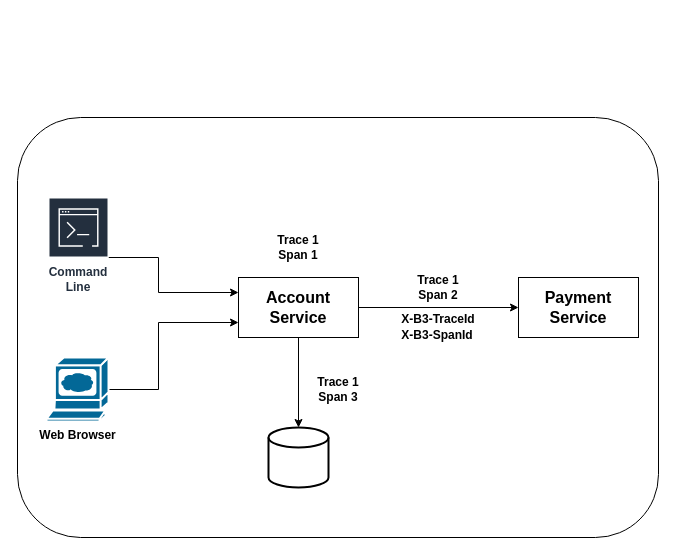
The draw.io diagram docs/img/example_configuration.drawio in cch0/opinionated-spring-boot-solution, before the edit. Source tidied: cells renumbered, new cells numbered last; positions are measured from the earlier drawing's top-left corner, leaving out a move shared by most shapes. Both pictures are drawn from the tidied source at 100%, with x=0, y=0 at pixel (17, 117).
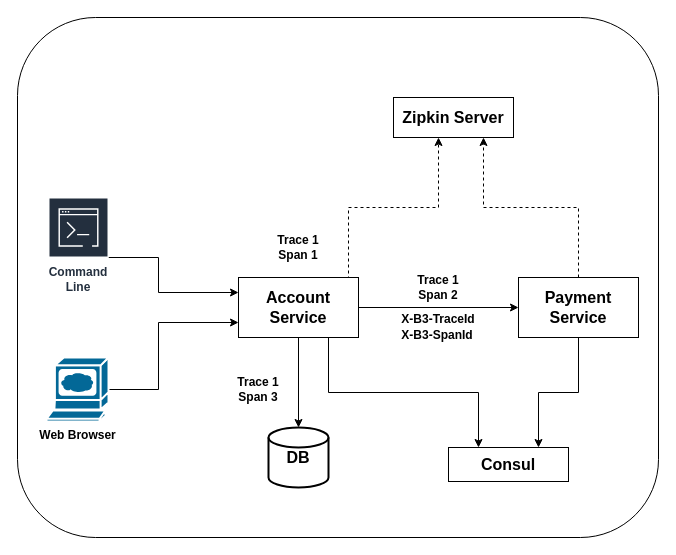
Above is the later version.

Unchanged cells that the change refers to:
```xml
<mxCell id="5" value="&lt;b&gt;&lt;font style=&quot;font-size: 16px&quot;&gt;Account Service&lt;/font&gt;&lt;/b&gt;" style="rounded=0;whiteSpace=wrap;html=1;" parent="1" vertex="1">
  <mxGeometry x="221" y="160" width="120" height="60" as="geometry" />
</mxCell>
<mxCell id="6" value="&lt;b&gt;&lt;font style=&quot;font-size: 16px&quot;&gt;Payment Service&lt;/font&gt;&lt;/b&gt;" style="rounded=0;whiteSpace=wrap;html=1;" parent="1" vertex="1">
  <mxGeometry x="501" y="160" width="120" height="60" as="geometry" />
</mxCell>
```

What changed in the source:
```diff
@@
     <mxCell id="2" style="rounded=1;whiteSpace=wrap;html=1;" parent="1" vertex="1">
-      <mxGeometry width="641" height="420" as="geometry" />
+      <mxGeometry y="-100" width="641" height="520" as="geometry" />
     </mxCell>
@@
+    <mxCell id="16" style="edgeStyle=orthogonalEdgeStyle;rounded=0;jettySize=auto;html=1;exitX=0.5;exitY=0;exitDx=0;exitDy=0;entryX=0.375;entryY=1;entryDx=0;entryDy=0;dashed=1;entryPerimeter=0;" parent="1" edge="1" source="5" target="20">
+      <mxGeometry relative="1" as="geometry">
+        <Array as="points">
+          <mxPoint x="331" y="160" />
+          <mxPoint x="331" y="90" />
+          <mxPoint x="421" y="90" />
+        </Array>
+      </mxGeometry>
+    </mxCell>
+    <mxCell id="17" style="edgeStyle=orthogonalEdgeStyle;rounded=0;jettySize=auto;html=1;exitX=0.75;exitY=1;exitDx=0;exitDy=0;entryX=0.25;entryY=0;entryDx=0;entryDy=0;" parent="1" edge="1" source="5" target="21">
+      <mxGeometry relative="1" as="geometry">
+        <Array as="points">
+          <mxPoint x="311" y="275" />
+          <mxPoint x="461" y="275" />
+        </Array>
+      </mxGeometry>
+    </mxCell>
@@
+    <mxCell id="18" style="edgeStyle=orthogonalEdgeStyle;rounded=0;jettySize=auto;html=1;exitX=0.5;exitY=0;exitDx=0;exitDy=0;entryX=0.75;entryY=1;entryDx=0;entryDy=0;dashed=1;" parent="1" edge="1" source="6" target="20">
+      <mxGeometry relative="1" as="geometry" />
+    </mxCell>
+    <mxCell id="19" style="edgeStyle=orthogonalEdgeStyle;rounded=0;jettySize=auto;html=1;exitX=0.5;exitY=1;exitDx=0;exitDy=0;entryX=0.75;entryY=0;entryDx=0;entryDy=0;" parent="1" edge="1" source="6" target="21">
+      <mxGeometry relative="1" as="geometry" />
+    </mxCell>
@@
-    <mxCell id="11" style="strokeWidth=2;html=1;shape=mxgraph.flowchart.database;whiteSpace=wrap;" parent="1" vertex="1">
+    <mxCell id="11" value="&lt;b&gt;&lt;font style=&quot;font-size: 16px&quot;&gt;DB&lt;/font&gt;&lt;/b&gt;" style="strokeWidth=2;html=1;shape=mxgraph.flowchart.database;whiteSpace=wrap;" parent="1" vertex="1">
       <mxGeometry x="251" y="310" width="60" height="60" as="geometry" />
     </mxCell>
@@
     <mxCell id="13" value="&lt;b&gt;Trace 1&lt;br&gt;Span 3&lt;/b&gt;&lt;br&gt;" style="text;html=1;strokeColor=none;fillColor=none;align=center;verticalAlign=middle;whiteSpace=wrap;rounded=0;" parent="1" vertex="1">
-      <mxGeometry x="290.5" y="262" width="60" height="20" as="geometry" />
+      <mxGeometry x="211" y="262" width="60" height="20" as="geometry" />
     </mxCell>
@@
+    <mxCell id="20" value="&lt;b&gt;&lt;font style=&quot;font-size: 16px&quot;&gt;Zipkin Server&lt;/font&gt;&lt;/b&gt;" style="rounded=0;whiteSpace=wrap;html=1;" parent="1" vertex="1">
+      <mxGeometry x="376" y="-20" width="120" height="40" as="geometry" />
+    </mxCell>
+    <mxCell id="21" value="&lt;b&gt;&lt;font style=&quot;font-size: 16px&quot;&gt;Consul&lt;/font&gt;&lt;/b&gt;" style="rounded=0;whiteSpace=wrap;html=1;" parent="1" vertex="1">
+      <mxGeometry x="431" y="330" width="120" height="34" as="geometry" />
+    </mxCell>
```
